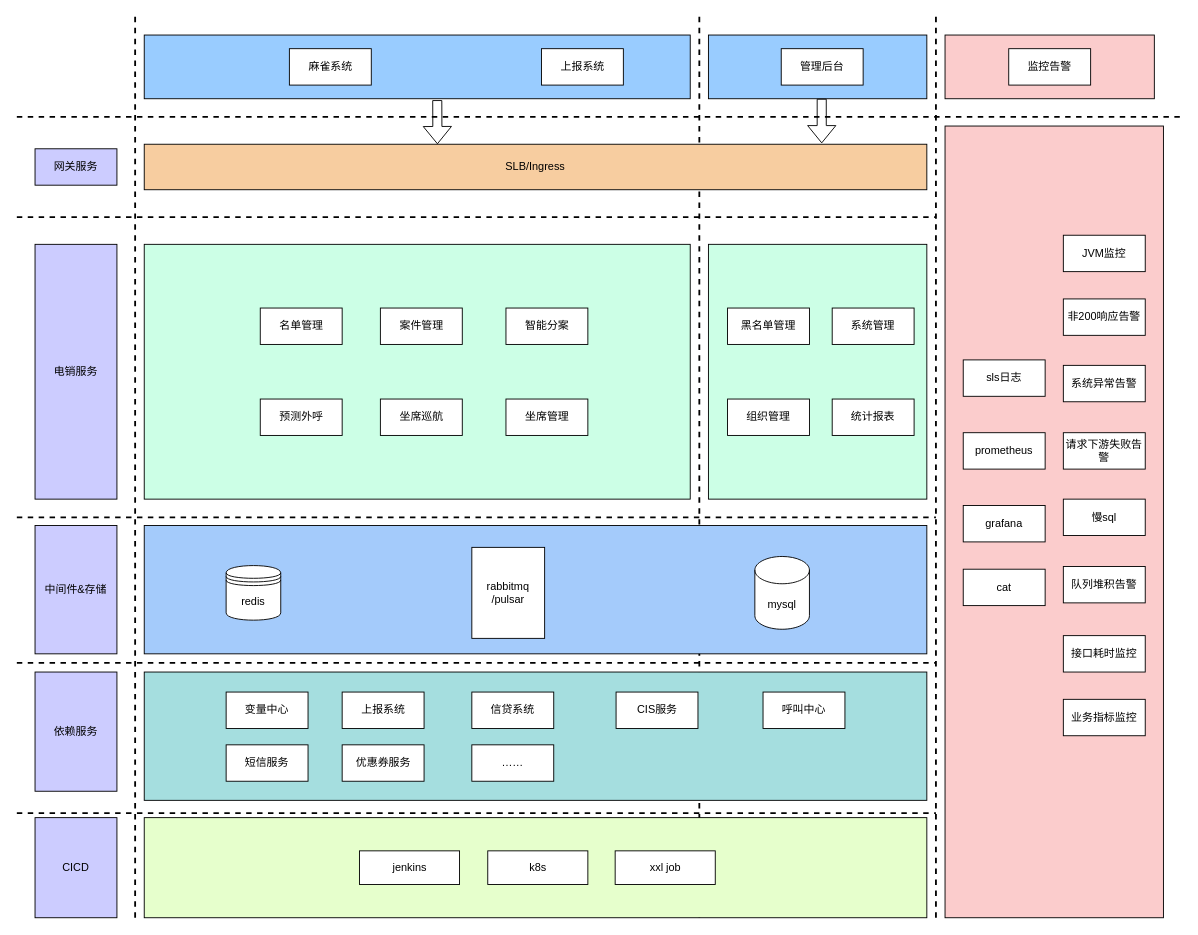
Before: 电销v1系统架构图.drawio in yuanlj-tea/picgo, a draw.io diagram. Source tidied: cells renumbered, new cells numbered last; positions are measured from the earlier drawing's top-left corner, leaving out a move shared by most shapes. Both pictures are drawn from the tidied source at 91%, with x=0, y=0 at pixel (16, 16).
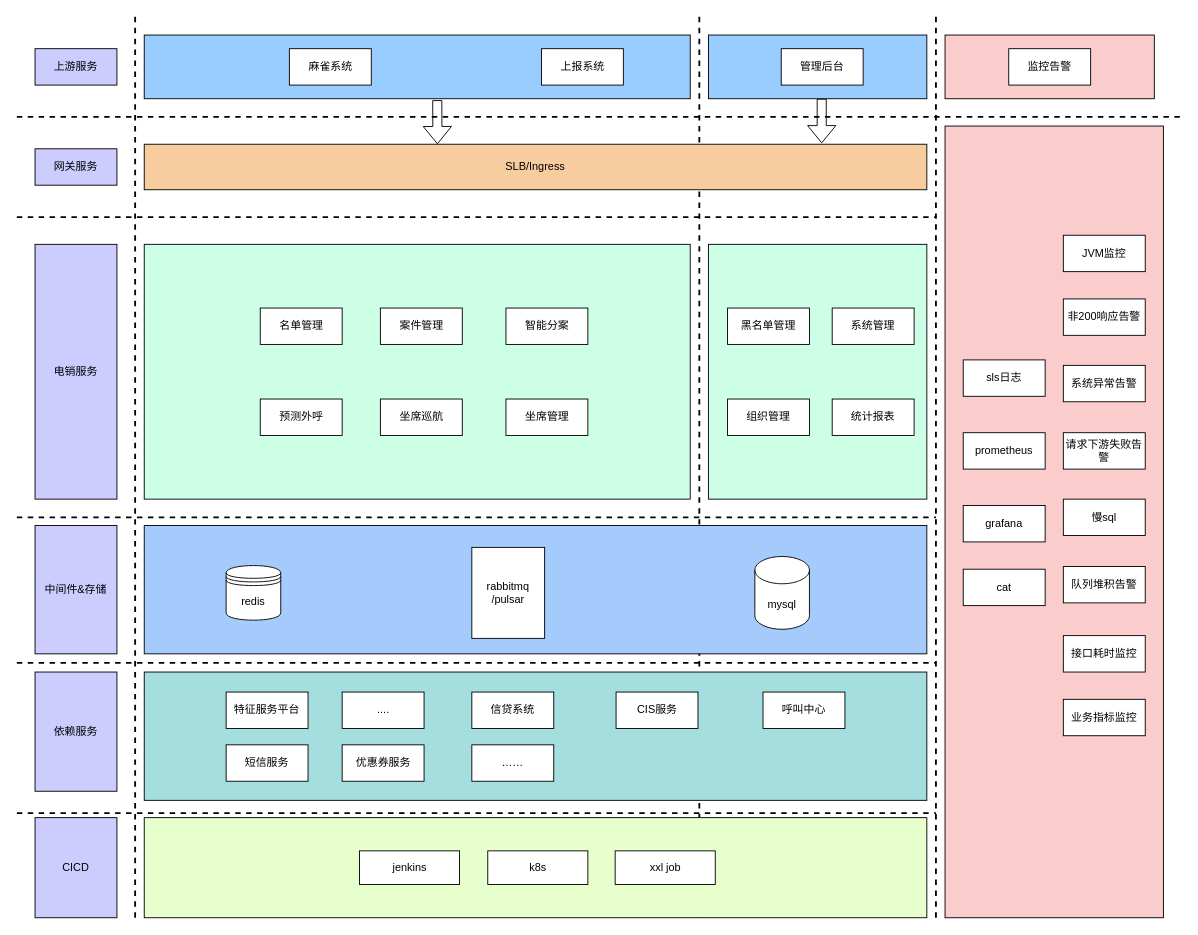
Above is the later version.

Commit message:
更新电销v1系统架构图.drawio

Change to the diagram source:
```diff
@@
-    <mxCell id="57" value="变量中心" style="rounded=0;whiteSpace=wrap;html=1;" parent="1" vertex="1">
+    <mxCell id="57" value="特征服务平台" style="rounded=0;whiteSpace=wrap;html=1;" parent="1" vertex="1">
       <mxGeometry x="230" y="742" width="90" height="40" as="geometry" />
     </mxCell>
-    <mxCell id="58" value="上报系统" style="rounded=0;whiteSpace=wrap;html=1;" parent="1" vertex="1">
+    <mxCell id="58" value="...." style="rounded=0;whiteSpace=wrap;html=1;" parent="1" vertex="1">
       <mxGeometry x="357.5" y="742" width="90" height="40" as="geometry" />
     </mxCell>
@@
+    <mxCell id="67" value="上游服务" style="rounded=0;whiteSpace=wrap;html=1;fillColor=#CCCCFF;" parent="1" vertex="1">
+      <mxGeometry x="20" y="35" width="90" height="40" as="geometry" />
+    </mxCell>
```
